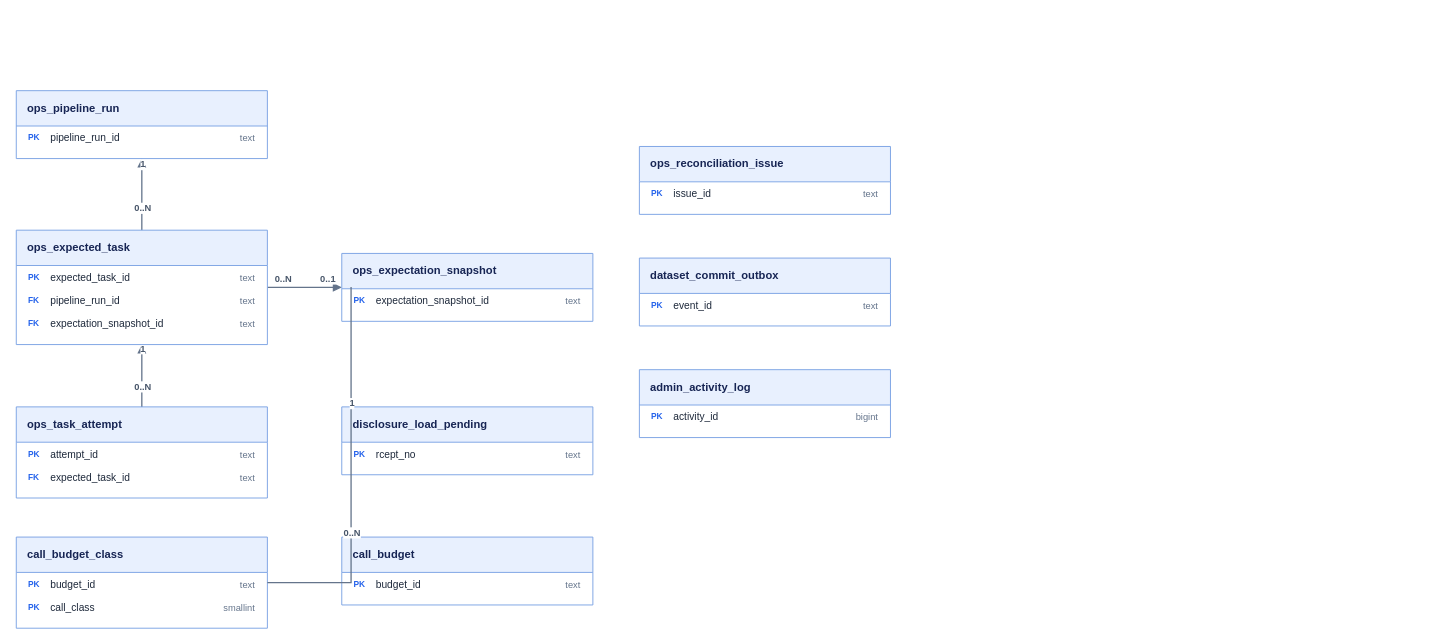
The draw.io diagram docs/data-model/domains/operations/erd.drawio in alphaeveryday/edge, before the edit. Source tidied: cells renumbered, new cells numbered last; positions are measured from the earlier drawing's top-left corner, leaving out a move shared by most shapes. Both pictures are drawn from the tidied source at 93%, with x=0, y=0 at pixel (16, 90).
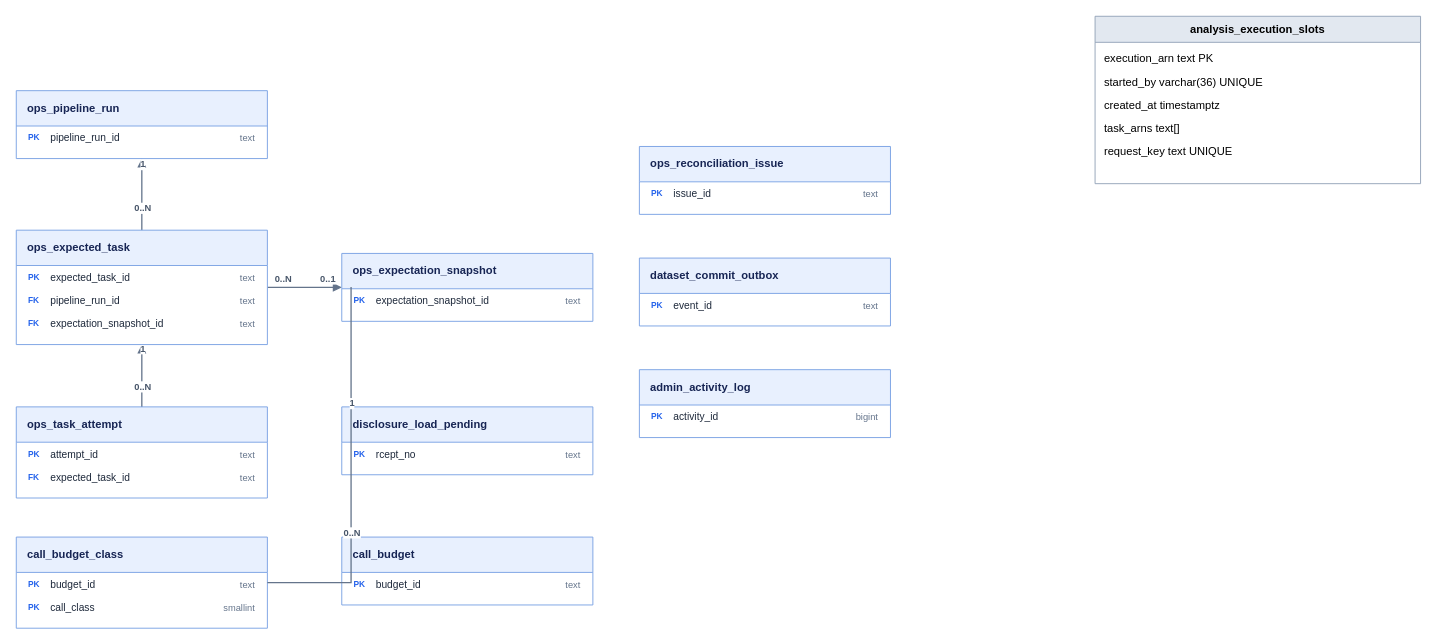
The same page after the edit.

Commit message (it also covers changes not shown here):
feat(analysis-v2): 분석 실행 수를 제한하고 중단된 작업을 회수 (#1095)

Diff of the diagram source:
```diff
@@
+    <mxCell id="38" value="analysis_execution_slots" style="swimlane;html=0;startSize=28;fillColor=#e2e8f0;strokeColor=#94a3b8;" parent="1" vertex="1">
+      <mxGeometry x="1160" y="-80" width="350" height="180" as="geometry" />
+    </mxCell>
+    <mxCell id="39" value="execution_arn text PK" style="text;html=0;align=left;spacingLeft=8;" parent="38" vertex="1">
+      <mxGeometry y="32" width="350" height="25" as="geometry" />
+    </mxCell>
+    <mxCell id="40" value="started_by varchar(36) UNIQUE" style="text;html=0;align=left;spacingLeft=8;" parent="38" vertex="1">
+      <mxGeometry y="57" width="350" height="25" as="geometry" />
+    </mxCell>
+    <mxCell id="41" value="created_at timestamptz" style="text;html=0;align=left;spacingLeft=8;" parent="38" vertex="1">
+      <mxGeometry y="82" width="350" height="25" as="geometry" />
+    </mxCell>
+    <mxCell id="42" value="task_arns text[]" style="text;html=0;align=left;spacingLeft=8;" parent="38" vertex="1">
+      <mxGeometry y="107" width="350" height="25" as="geometry" />
+    </mxCell>
+    <mxCell id="43" value="request_key text UNIQUE" style="text;html=0;align=left;spacingLeft=8;" parent="38" vertex="1">
+      <mxGeometry y="132" width="350" height="25" as="geometry" />
+    </mxCell>
```
